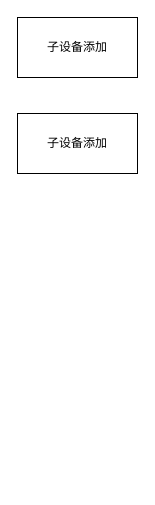
Before: archives/Untitled Diagram.drawio in WantWeag/Wantweag.github.io, a draw.io diagram. Source tidied: cells renumbered, new cells numbered last; positions are measured from the earlier drawing's top-left corner, leaving out a move shared by most shapes. Both pictures are drawn from the tidied source at 100%, with x=0, y=0 at pixel (17, 17).
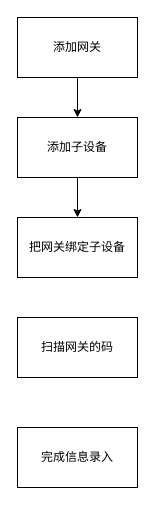
The same diagram, later.

What changed in the source:
```diff
@@
 <mxGraphModel>
   <root>
     <mxCell id="0" />
     <mxCell id="1" parent="0" />
+    <mxCell id="4" style="edgeStyle=orthogonalEdgeStyle;rounded=0;jettySize=auto;html=1;" parent="1" edge="1" source="2" target="3">
+      <mxGeometry relative="1" as="geometry" />
+    </mxCell>
-    <mxCell id="2" value="子设备添加" style="rounded=0;whiteSpace=wrap;html=1;" parent="1" vertex="1">
+    <mxCell id="2" value="添加网关" style="rounded=0;whiteSpace=wrap;html=1;" parent="1" vertex="1">
       <mxGeometry width="120" height="60" as="geometry" />
     </mxCell>
+    <mxCell id="5" style="edgeStyle=orthogonalEdgeStyle;rounded=0;jettySize=auto;html=1;exitX=0.5;exitY=1;exitDx=0;exitDy=0;entryX=0.5;entryY=0;entryDx=0;entryDy=0;" parent="1" edge="1" source="3" target="6">
+      <mxGeometry relative="1" as="geometry" />
+    </mxCell>
-    <mxCell id="3" value="子设备添加" style="rounded=0;whiteSpace=wrap;html=1;" parent="1" vertex="1">
-      <mxGeometry y="96" width="120" height="60" as="geometry" />
+    <mxCell id="3" value="添加子设备" style="rounded=0;whiteSpace=wrap;html=1;" parent="1" vertex="1">
+      <mxGeometry y="100" width="120" height="60" as="geometry" />
     </mxCell>
+    <mxCell id="6" value="把网关绑定子设备" style="rounded=0;whiteSpace=wrap;html=1;" parent="1" vertex="1">
+      <mxGeometry y="200" width="120" height="60" as="geometry" />
+    </mxCell>
+    <mxCell id="7" value="扫描网关的码" style="rounded=0;whiteSpace=wrap;html=1;" parent="1" vertex="1">
+      <mxGeometry y="300" width="120" height="60" as="geometry" />
+    </mxCell>
+    <mxCell id="8" value="完成信息录入" style="rounded=0;whiteSpace=wrap;html=1;" parent="1" vertex="1">
+      <mxGeometry y="410" width="120" height="60" as="geometry" />
+    </mxCell>
   </root>
 </mxGraphModel>
```
